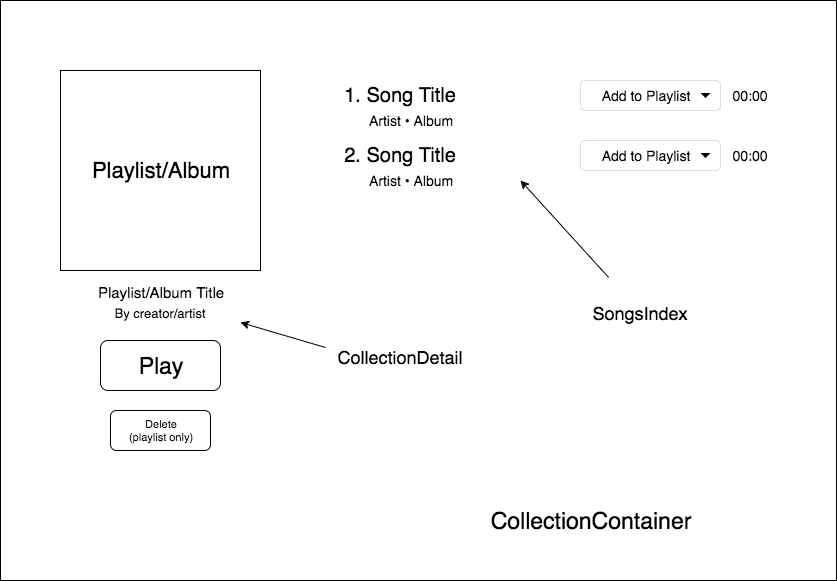
This is docs/wireframes/collection_container.png from jamesball27/fraudify, a draw.io export, as it was before one commit. Source tidied: cells renumbered, new cells last; positions are measured from the earlier drawing's top-left corner, leaving out a move shared by most shapes.
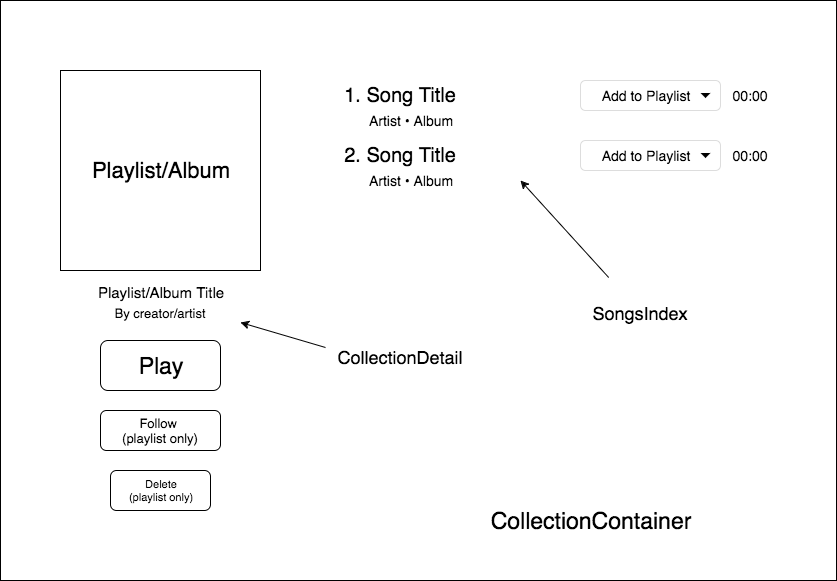
The same diagram one commit later.

Commit message:
Add artist_container wireframe, update api and component hierarchy

The edit, as a diff of the source:
```diff
@@ -18,7 +18,7 @@
       <mxGeometry x="100" y="340" width="120" height="50" as="geometry" />
     </mxCell>
     <mxCell id="7" value="Delete&lt;div&gt;(playlist only)&lt;/div&gt;" style="rounded=1;whiteSpace=wrap;html=1;shadow=0;labelBackgroundColor=#ffffff;strokeColor=#000000;strokeWidth=1;fillColor=none;gradientColor=none;fontSize=11;align=center;" parent="1" vertex="1">
-      <mxGeometry x="110" y="410" width="100" height="40" as="geometry" />
+      <mxGeometry x="110" y="470" width="100" height="40" as="geometry" />
     </mxCell>
     <mxCell id="8" value="1. Song Title" style="whiteSpace=wrap;html=1;shadow=0;labelBackgroundColor=#ffffff;strokeColor=none;strokeWidth=1;fillColor=none;fontSize=20;align=center;" parent="1" vertex="1">
       <mxGeometry x="300" y="70" width="200" height="50" as="geometry" />
@@ -74,5 +74,8 @@
         <mxPoint x="520" y="180" as="targetPoint" />
       </mxGeometry>
     </mxCell>
+    <mxCell id="23" value="Follow&amp;nbsp;&lt;div&gt;(playlist only)&lt;/div&gt;" style="rounded=1;whiteSpace=wrap;html=1;shadow=0;labelBackgroundColor=#ffffff;strokeColor=#000000;strokeWidth=1;fillColor=none;gradientColor=none;fontSize=13;align=center;" parent="1" vertex="1">
+      <mxGeometry x="100" y="410" width="120" height="40" as="geometry" />
+    </mxCell>
   </root>
 </mxGraphModel>
```
